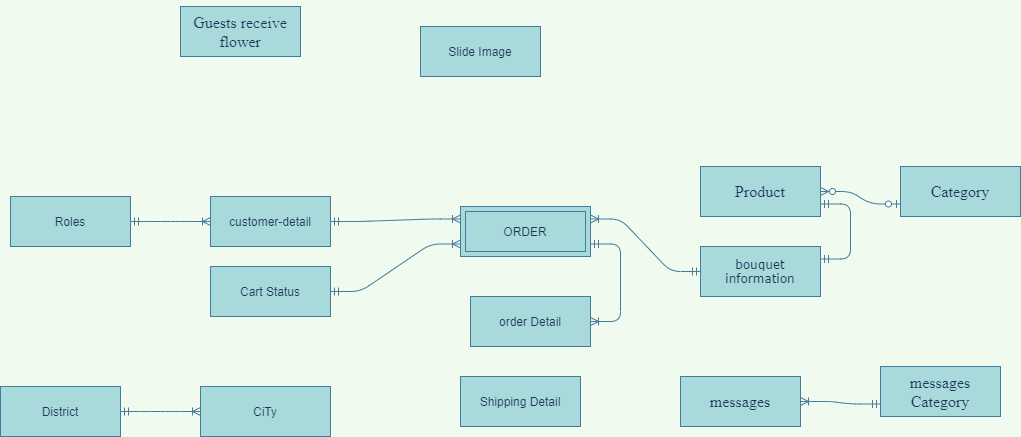
The draw.io diagram Untitled Diagram.png in maialino123/Eproject-SEM3, before a commit. Source tidied: cells renumbered, new cells last; positions are measured from the earlier drawing's top-left corner, leaving out a move shared by most shapes.
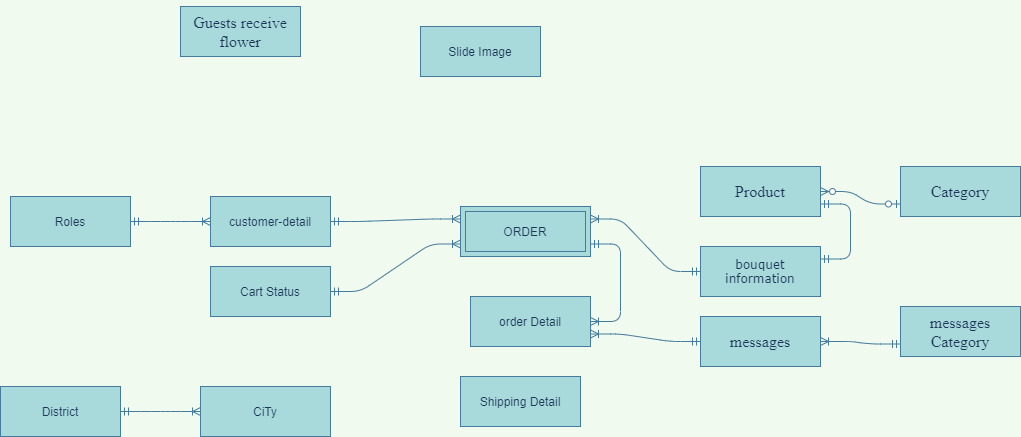
The same file after the commit.

Diff of the diagram source:
```diff
@@ -9,7 +9,7 @@
       <mxGeometry x="700" y="240" width="120" height="50" as="geometry" />
     </mxCell>
     <mxCell id="4" value="&lt;p class=&quot;MsoNormal&quot;&gt;&lt;span style=&quot;font-size: 12.0pt ; font-family: &amp;#34;times new roman&amp;#34; , serif&quot;&gt;messages&lt;/span&gt;&lt;span style=&quot;font-family: &amp;#34;verdana&amp;#34; , sans-serif&quot;&gt;&lt;br&gt;&lt;/span&gt;&lt;/p&gt;" style="whiteSpace=wrap;html=1;align=center;rounded=0;sketch=0;fontColor=#1D3557;strokeColor=#457B9D;fillColor=#A8DADC;" parent="1" vertex="1">
-      <mxGeometry x="680" y="370" width="120" height="50" as="geometry" />
+      <mxGeometry x="700" y="310" width="120" height="50" as="geometry" />
     </mxCell>
     <mxCell id="5" value="&lt;p class=&quot;MsoNormal&quot;&gt;&lt;font face=&quot;times new roman, serif&quot;&gt;&lt;span style=&quot;font-size: 16px&quot;&gt;Guests receive flower&lt;/span&gt;&lt;/font&gt;&lt;/p&gt;" style="whiteSpace=wrap;html=1;align=center;rounded=0;sketch=0;fontColor=#1D3557;strokeColor=#457B9D;fillColor=#A8DADC;" parent="1" vertex="1">
       <mxGeometry x="180" width="120" height="50" as="geometry" />
@@ -27,7 +27,7 @@
       <mxGeometry relative="1" as="geometry" />
     </mxCell>
     <mxCell id="10" value="&lt;p class=&quot;MsoNormal&quot;&gt;&lt;span style=&quot;font-size: 12.0pt ; font-family: &amp;#34;times new roman&amp;#34; , serif&quot;&gt;messages Category&lt;/span&gt;&lt;span style=&quot;font-family: &amp;#34;verdana&amp;#34; , sans-serif&quot;&gt;&lt;br&gt;&lt;/span&gt;&lt;/p&gt;" style="whiteSpace=wrap;html=1;align=center;rounded=0;sketch=0;fontColor=#1D3557;strokeColor=#457B9D;fillColor=#A8DADC;" parent="1" vertex="1">
-      <mxGeometry x="880" y="360" width="120" height="50" as="geometry" />
+      <mxGeometry x="900" y="300" width="120" height="50" as="geometry" />
     </mxCell>
     <mxCell id="11" style="edgeStyle=entityRelationEdgeStyle;fontSize=12;html=1;endArrow=ERoneToMany;startArrow=ERmandOne;fontColor=#1D3557;strokeColor=#457B9D;fillColor=#A8DADC;entryX=1;entryY=0.5;entryDx=0;entryDy=0;exitX=0;exitY=0.75;exitDx=0;exitDy=0;labelBackgroundColor=#F1FAEE;" parent="1" edge="1" source="10" target="4">
       <mxGeometry relative="1" as="geometry" />
@@ -74,5 +74,8 @@
     <mxCell id="25" value="ORDER" style="shape=ext;margin=3;double=1;whiteSpace=wrap;html=1;align=center;fillColor=#A8DADC;strokeColor=#457B9D;fontColor=#1D3557;" parent="1" vertex="1">
       <mxGeometry x="460" y="200" width="130" height="50" as="geometry" />
     </mxCell>
+    <mxCell id="26" style="edgeStyle=entityRelationEdgeStyle;fontSize=12;html=1;endArrow=ERoneToMany;startArrow=ERmandOne;fontColor=#1D3557;strokeColor=#457B9D;fillColor=#A8DADC;entryX=1;entryY=0.75;entryDx=0;entryDy=0;exitX=0;exitY=0.5;exitDx=0;exitDy=0;labelBackgroundColor=#F1FAEE;" parent="1" edge="1" source="4" target="17">
+      <mxGeometry relative="1" as="geometry" />
+    </mxCell>
   </root>
 </mxGraphModel>
```
